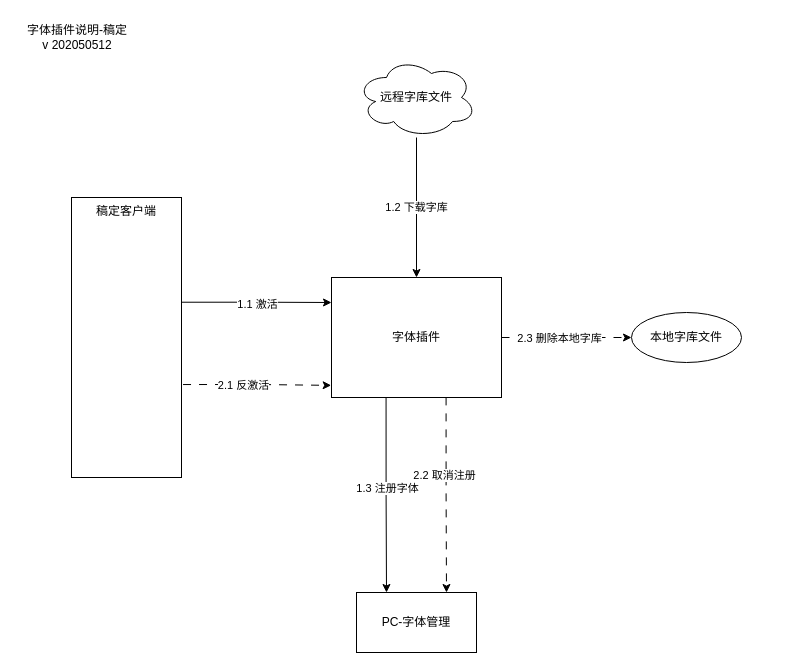
Earlier version of the draw.io diagram hellofont/字由花瓣技术技术方案.drawio (sunjirepo/drawio-diagrams). Source tidied: cells renumbered, new cells numbered last; positions are measured from the earlier drawing's top-left corner, leaving out a move shared by most shapes. Both pictures are drawn from the tidied source at 100%, with x=0, y=0 at pixel (17, 17).
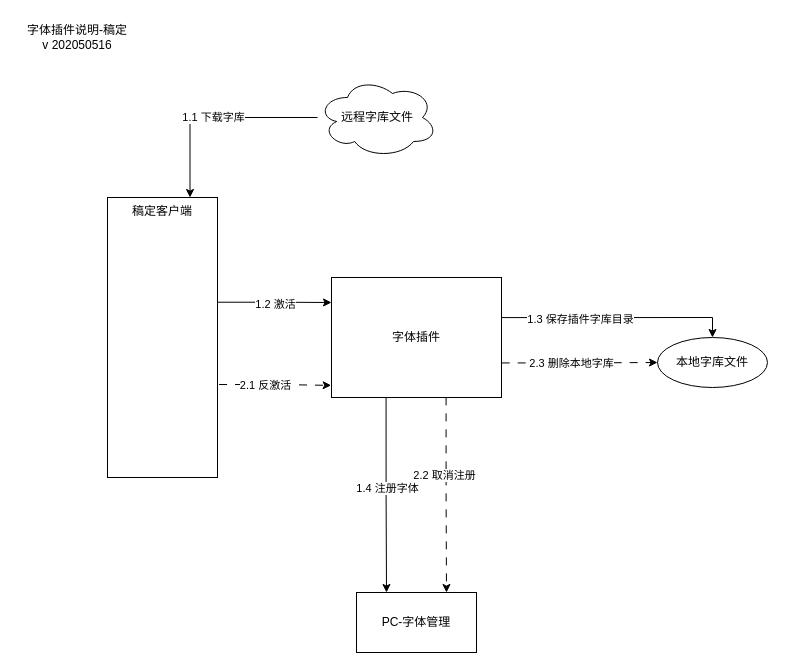
The same page after the edit.

Commit message:
更新字由花瓣技术技术方案.drawio

Unchanged cells that the change refers to:
```xml
<mxCell id="4" style="edgeStyle=orthogonalEdgeStyle;rounded=0;jettySize=auto;html=1;entryX=0.25;entryY=0;entryDx=0;entryDy=0;exitX=0.321;exitY=0.998;exitDx=0;exitDy=0;exitPerimeter=0;" parent="1" edge="1" source="8" target="3">
  <mxGeometry relative="1" as="geometry" />
</mxCell>
<mxCell id="8" value="字体插件" style="rounded=0;whiteSpace=wrap;html=1;" parent="1" vertex="1">
  <mxGeometry x="314" y="260" width="170" height="120" as="geometry" />
</mxCell>
<mxCell id="13" style="edgeStyle=orthogonalEdgeStyle;rounded=0;jettySize=auto;html=1;exitX=0.997;exitY=0.374;exitDx=0;exitDy=0;exitPerimeter=0;" parent="1" edge="1" source="2">
  <mxGeometry relative="1" as="geometry">
    <mxPoint x="314" y="285" as="targetPoint" />
  </mxGeometry>
</mxCell>
```

Diff of the diagram source:
```diff
@@
     <mxCell id="2" value="稿定客户端" style="rounded=0;whiteSpace=wrap;html=1;verticalAlign=top;" parent="1" vertex="1">
-      <mxGeometry x="54" y="180" width="110" height="280" as="geometry" />
+      <mxGeometry x="90" y="180" width="110" height="280" as="geometry" />
     </mxCell>
@@
-    <mxCell id="5" value="1.3 注册字体" style="edgeLabel;html=1;align=center;verticalAlign=middle;" parent="4" vertex="1">
+    <mxCell id="5" value="1.4 注册字体" style="edgeLabel;html=1;align=center;verticalAlign=middle;" parent="4" vertex="1">
       <mxGeometry x="-0.07" y="1" relative="1" as="geometry" />
     </mxCell>
-    <mxCell id="6" style="edgeStyle=orthogonalEdgeStyle;rounded=0;jettySize=auto;html=1;entryX=0;entryY=0.5;entryDx=0;entryDy=0;dashed=1;dashPattern=8 8;" parent="1" edge="1" source="8" target="9">
+    <mxCell id="6" style="edgeStyle=orthogonalEdgeStyle;rounded=0;jettySize=auto;html=1;entryX=0;entryY=0.5;entryDx=0;entryDy=0;dashed=1;dashPattern=8 8;exitX=1.001;exitY=0.712;exitDx=0;exitDy=0;exitPerimeter=0;" parent="1" edge="1" source="8" target="9">
       <mxGeometry relative="1" as="geometry" />
     </mxCell>
@@
+    <mxCell id="19" style="edgeStyle=orthogonalEdgeStyle;rounded=0;jettySize=auto;html=1;entryX=0.5;entryY=0;entryDx=0;entryDy=0;exitX=0.998;exitY=0.334;exitDx=0;exitDy=0;exitPerimeter=0;" parent="1" edge="1" source="8" target="9">
+      <mxGeometry relative="1" as="geometry" />
+    </mxCell>
+    <mxCell id="20" value="1.3 保存插件字库目录" style="edgeLabel;html=1;align=center;verticalAlign=middle;" parent="19" vertex="1">
+      <mxGeometry x="-0.32" y="-1" relative="1" as="geometry" />
+    </mxCell>
@@
     <mxCell id="9" value="本地字库文件" style="ellipse;whiteSpace=wrap;html=1;" parent="1" vertex="1">
-      <mxGeometry x="614" y="295" width="110" height="50" as="geometry" />
+      <mxGeometry x="640" y="320" width="110" height="50" as="geometry" />
     </mxCell>
-    <mxCell id="10" value="字体插件说明-稿定&lt;div&gt;v 202050512&lt;/div&gt;" style="text;html=1;align=center;verticalAlign=middle;whiteSpace=wrap;rounded=0;" parent="1" vertex="1">
+    <mxCell id="10" value="字体插件说明-稿定&lt;div&gt;v 202050516&lt;/div&gt;" style="text;html=1;align=center;verticalAlign=middle;whiteSpace=wrap;rounded=0;" parent="1" vertex="1">
       <mxGeometry width="120" height="40" as="geometry" />
     </mxCell>
-    <mxCell id="11" value="1.2 下载字库" style="edgeStyle=orthogonalEdgeStyle;rounded=0;jettySize=auto;html=1;entryX=0.5;entryY=0;entryDx=0;entryDy=0;" parent="1" edge="1" source="12" target="8">
+    <mxCell id="11" value="1.1 下载字库" style="edgeStyle=orthogonalEdgeStyle;rounded=0;jettySize=auto;html=1;entryX=0.75;entryY=0;entryDx=0;entryDy=0;" parent="1" edge="1" source="12" target="2">
       <mxGeometry relative="1" as="geometry" />
     </mxCell>
     <mxCell id="12" value="远程字库文件" style="ellipse;shape=cloud;whiteSpace=wrap;html=1;" parent="1" vertex="1">
-      <mxGeometry x="339" y="40" width="120" height="80" as="geometry" />
+      <mxGeometry x="300" y="60" width="120" height="80" as="geometry" />
     </mxCell>
@@
-    <mxCell id="14" value="1.1 激活" style="edgeLabel;html=1;align=center;verticalAlign=middle;" parent="13" vertex="1">
+    <mxCell id="14" value="1.2 激活" style="edgeLabel;html=1;align=center;verticalAlign=middle;" parent="13" vertex="1">
       <mxGeometry x="-0.01" y="2" relative="1" as="geometry">
         <mxPoint x="-2" y="2" as="offset" />
       </mxGeometry>
     </mxCell>
```
